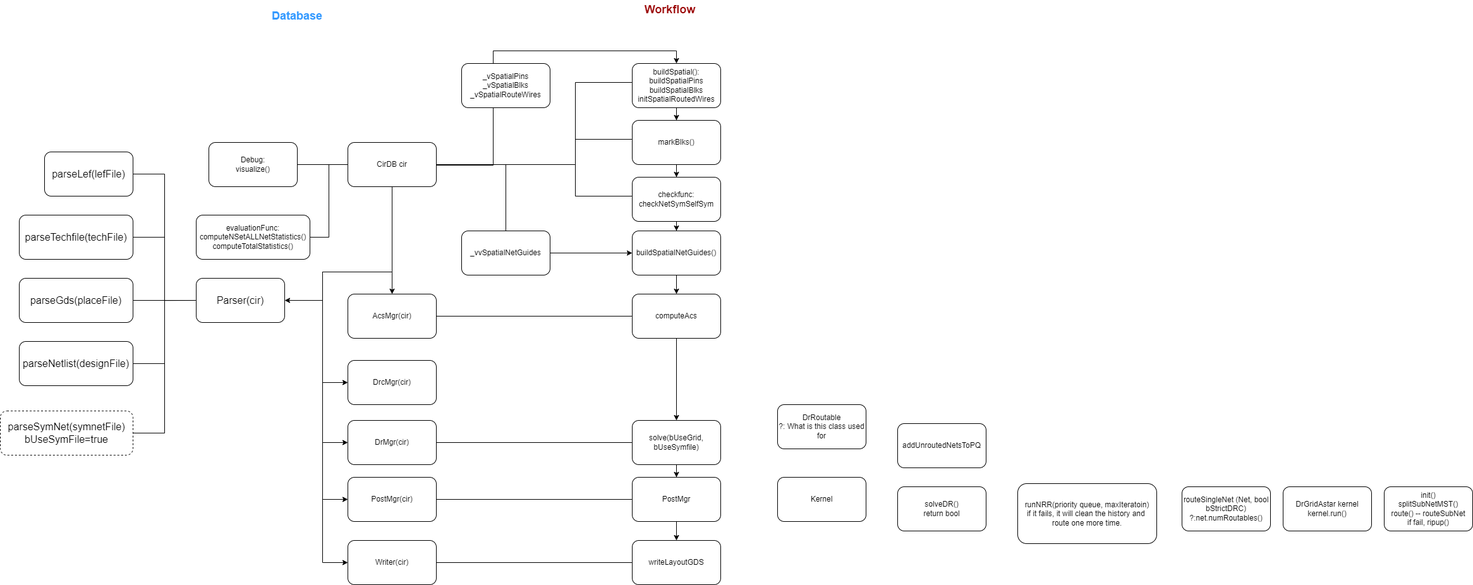
ajiann/drawio keeps this draw.io diagram as anaroute.drawio.png. Above is the earlier version. Source tidied: cells renumbered, new cells last; positions are measured from the earlier drawing's top-left corner, leaving out a move shared by most shapes.
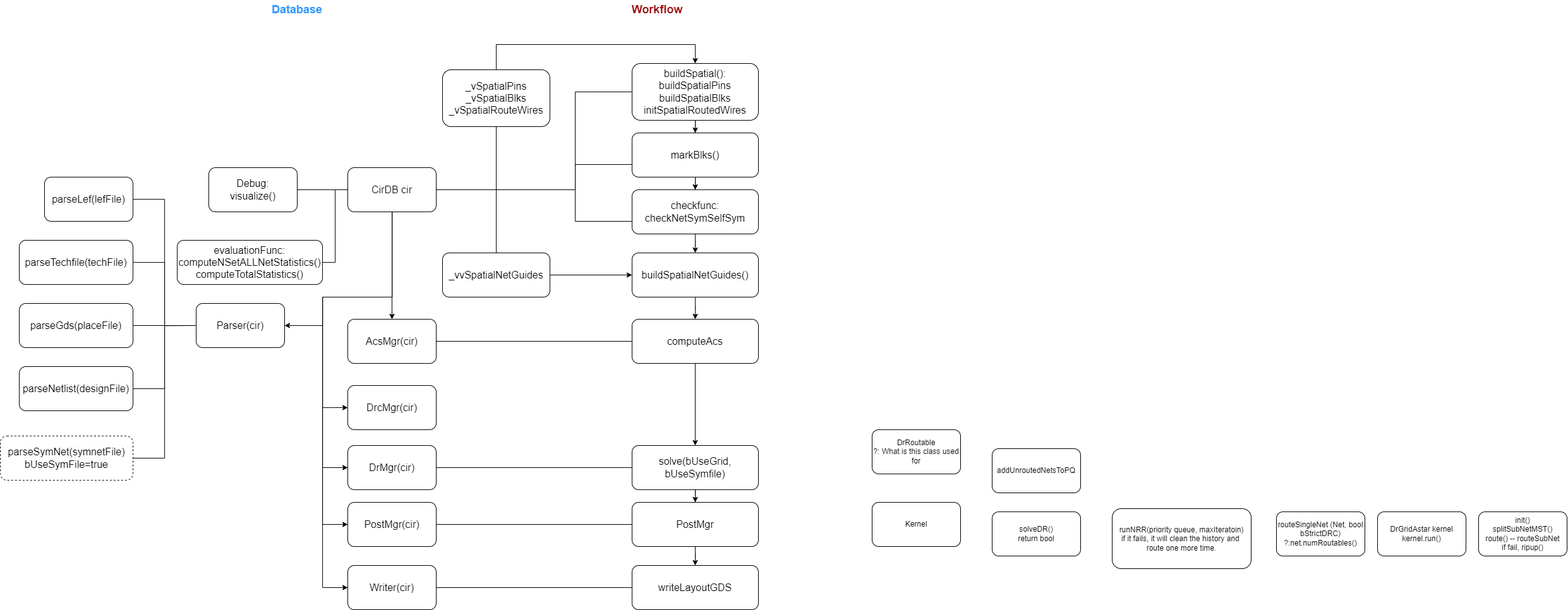
The same file after the commit.

What changed in the source:
```diff
@@ -42,7 +42,7 @@
       <mxGeometry relative="1" as="geometry">
         <Array as="points">
           <mxPoint x="910" y="260" />
-          <mxPoint x="910" y="130" />
+          <mxPoint x="910" y="105" />
         </Array>
       </mxGeometry>
     </mxCell>
@@ -71,16 +71,6 @@
         </Array>
       </mxGeometry>
     </mxCell>
-    <mxCell id="12" style="edgeStyle=orthogonalEdgeStyle;rounded=0;orthogonalLoop=1;jettySize=auto;html=1;entryX=0.5;entryY=1;entryDx=0;entryDy=0;endArrow=none;endFill=0;" parent="1" edge="1">
-      <mxGeometry relative="1" as="geometry">
-        <mxPoint x="660" y="260" as="sourcePoint" />
-        <mxPoint x="790" y="160" as="targetPoint" />
-        <Array as="points">
-          <mxPoint x="780" y="261" />
-          <mxPoint x="780" y="160" />
-        </Array>
-      </mxGeometry>
-    </mxCell>
     <mxCell id="13" style="edgeStyle=orthogonalEdgeStyle;rounded=0;jettySize=auto;html=1;endArrow=none;endFill=0;" parent="1" edge="1" source="15" target="56">
       <mxGeometry relative="1" as="geometry" />
     </mxCell>
@@ -93,26 +83,29 @@
         </Array>
       </mxGeometry>
     </mxCell>
+    <mxCell id="67" style="edgeStyle=orthogonalEdgeStyle;rounded=0;jettySize=auto;html=1;fontFamily=Helvetica;fontSize=12;fontColor=default;endArrow=none;endFill=0;" parent="1" edge="1" source="15" target="54">
+      <mxGeometry relative="1" as="geometry" />
+    </mxCell>
-    <mxCell id="15" value="CirDB cir" style="rounded=1;whiteSpace=wrap;html=1;" parent="1" vertex="1">
+    <mxCell id="15" value="&lt;font style=&quot;font-size: 16px;&quot;&gt;CirDB cir&lt;/font&gt;" style="rounded=1;whiteSpace=wrap;html=1;" parent="1" vertex="1">
       <mxGeometry x="550" y="225" width="140" height="70" as="geometry" />
     </mxCell>
     <mxCell id="16" style="edgeStyle=orthogonalEdgeStyle;rounded=0;jettySize=auto;html=1;entryX=0.5;entryY=0;entryDx=0;entryDy=0;" parent="1" edge="1" source="17" target="19">
       <mxGeometry relative="1" as="geometry" />
     </mxCell>
-    <mxCell id="17" value="buildSpatial():&lt;div&gt;buildSpatialPins&lt;br&gt;&lt;/div&gt;&lt;div&gt;buildSpatialBlks&lt;br&gt;&lt;/div&gt;&lt;div&gt;initSpatialRoutedWires&lt;br&gt;&lt;/div&gt;" style="rounded=1;whiteSpace=wrap;html=1;strokeColor=default;align=center;verticalAlign=middle;fontFamily=Helvetica;fontSize=12;fontColor=default;fillColor=default;" parent="1" vertex="1">
-      <mxGeometry x="1000" y="100" width="140" height="70" as="geometry" />
+    <mxCell id="17" value="buildSpatial():&lt;div style=&quot;font-size: 16px;&quot;&gt;buildSpatialPins&lt;br style=&quot;font-size: 16px;&quot;&gt;&lt;/div&gt;&lt;div style=&quot;font-size: 16px;&quot;&gt;buildSpatialBlks&lt;br style=&quot;font-size: 16px;&quot;&gt;&lt;/div&gt;&lt;div style=&quot;font-size: 16px;&quot;&gt;initSpatialRoutedWires&lt;br style=&quot;font-size: 16px;&quot;&gt;&lt;/div&gt;" style="rounded=1;whiteSpace=wrap;html=1;strokeColor=default;align=center;verticalAlign=middle;fontFamily=Helvetica;fontSize=16;fontColor=default;fillColor=default;" parent="1" vertex="1">
+      <mxGeometry x="1000" y="60" width="200" height="90" as="geometry" />
     </mxCell>
     <mxCell id="18" style="edgeStyle=orthogonalEdgeStyle;rounded=0;jettySize=auto;html=1;entryX=0.5;entryY=0;entryDx=0;entryDy=0;" parent="1" edge="1" source="19" target="21">
       <mxGeometry relative="1" as="geometry" />
     </mxCell>
-    <mxCell id="19" value="markBlks()" style="rounded=1;whiteSpace=wrap;html=1;strokeColor=default;align=center;verticalAlign=middle;fontFamily=Helvetica;fontSize=12;fontColor=default;fillColor=default;" parent="1" vertex="1">
-      <mxGeometry x="1000" y="190" width="140" height="70" as="geometry" />
+    <mxCell id="19" value="markBlks()" style="rounded=1;whiteSpace=wrap;html=1;strokeColor=default;align=center;verticalAlign=middle;fontFamily=Helvetica;fontSize=16;fontColor=default;fillColor=default;" parent="1" vertex="1">
+      <mxGeometry x="1000" y="170" width="200" height="70" as="geometry" />
     </mxCell>
     <mxCell id="20" style="edgeStyle=orthogonalEdgeStyle;rounded=0;jettySize=auto;html=1;entryX=0.5;entryY=0;entryDx=0;entryDy=0;" parent="1" edge="1" source="21" target="24">
       <mxGeometry relative="1" as="geometry" />
     </mxCell>
-    <mxCell id="21" value="&lt;div&gt;checkfunc:&lt;/div&gt;checkNetSymSelfSym" style="rounded=1;whiteSpace=wrap;html=1;" parent="1" vertex="1">
-      <mxGeometry x="1000" y="280" width="140" height="70" as="geometry" />
+    <mxCell id="21" value="&lt;div style=&quot;font-size: 16px;&quot;&gt;checkfunc:&lt;/div&gt;checkNetSymSelfSym" style="rounded=1;whiteSpace=wrap;html=1;fontSize=16;" parent="1" vertex="1">
+      <mxGeometry x="1000" y="260" width="200" height="70" as="geometry" />
     </mxCell>
     <mxCell id="22" value="&lt;font style=&quot;font-size: 16px;&quot;&gt;Parser(cir)&lt;/font&gt;" style="rounded=1;whiteSpace=wrap;html=1;" parent="1" vertex="1">
       <mxGeometry x="310" y="440" width="140" height="70" as="geometry" />
@@ -120,56 +113,56 @@
     <mxCell id="23" style="edgeStyle=orthogonalEdgeStyle;rounded=0;jettySize=auto;html=1;entryX=0.5;entryY=0;entryDx=0;entryDy=0;" parent="1" edge="1" source="24" target="28">
       <mxGeometry relative="1" as="geometry" />
     </mxCell>
-    <mxCell id="24" value="buildSpatialNetGuides()" style="rounded=1;whiteSpace=wrap;html=1;" parent="1" vertex="1">
-      <mxGeometry x="1000" y="365" width="140" height="70" as="geometry" />
+    <mxCell id="24" value="buildSpatialNetGuides()" style="rounded=1;whiteSpace=wrap;html=1;fontSize=16;" parent="1" vertex="1">
+      <mxGeometry x="1000" y="360" width="200" height="70" as="geometry" />
     </mxCell>
     <mxCell id="25" style="edgeStyle=orthogonalEdgeStyle;rounded=0;jettySize=auto;html=1;endArrow=none;endFill=0;" parent="1" edge="1" source="26" target="28">
       <mxGeometry relative="1" as="geometry" />
     </mxCell>
-    <mxCell id="26" value="AcsMgr(cir)" style="rounded=1;whiteSpace=wrap;html=1;" parent="1" vertex="1">
+    <mxCell id="26" value="AcsMgr(cir)" style="rounded=1;whiteSpace=wrap;html=1;fontSize=16;" parent="1" vertex="1">
       <mxGeometry x="550" y="465" width="140" height="70" as="geometry" />
     </mxCell>
     <mxCell id="27" style="edgeStyle=orthogonalEdgeStyle;rounded=0;jettySize=auto;html=1;entryX=0.5;entryY=0;entryDx=0;entryDy=0;" parent="1" edge="1" source="28" target="66">
       <mxGeometry relative="1" as="geometry" />
     </mxCell>
-    <mxCell id="28" value="computeAcs" style="rounded=1;whiteSpace=wrap;html=1;" parent="1" vertex="1">
-      <mxGeometry x="1000" y="465" width="140" height="70" as="geometry" />
+    <mxCell id="28" value="computeAcs" style="rounded=1;whiteSpace=wrap;html=1;fontSize=16;" parent="1" vertex="1">
+      <mxGeometry x="1000" y="465" width="200" height="70" as="geometry" />
     </mxCell>
-    <mxCell id="29" value="&lt;div&gt;Debug:&lt;/div&gt;visualize()" style="rounded=1;whiteSpace=wrap;html=1;" parent="1" vertex="1">
+    <mxCell id="29" value="&lt;div style=&quot;font-size: 16px;&quot;&gt;&lt;font style=&quot;font-size: 16px;&quot;&gt;Debug:&lt;/font&gt;&lt;/div&gt;&lt;font style=&quot;font-size: 16px;&quot;&gt;visualize()&lt;/font&gt;" style="rounded=1;whiteSpace=wrap;html=1;" parent="1" vertex="1">
       <mxGeometry x="330" y="225" width="140" height="70" as="geometry" />
     </mxCell>
-    <mxCell id="30" value="DrcMgr(cir)" style="rounded=1;whiteSpace=wrap;html=1;" parent="1" vertex="1">
+    <mxCell id="30" value="DrcMgr(cir)" style="rounded=1;whiteSpace=wrap;html=1;fontSize=16;" parent="1" vertex="1">
       <mxGeometry x="550" y="570" width="140" height="70" as="geometry" />
     </mxCell>
     <mxCell id="31" style="edgeStyle=orthogonalEdgeStyle;rounded=0;jettySize=auto;html=1;entryX=0;entryY=0.5;entryDx=0;entryDy=0;fontFamily=Helvetica;fontSize=12;fontColor=default;endArrow=none;endFill=0;" parent="1" edge="1" source="32" target="66">
       <mxGeometry relative="1" as="geometry" />
     </mxCell>
-    <mxCell id="32" value="DrMgr(cir)" style="rounded=1;whiteSpace=wrap;html=1;" parent="1" vertex="1">
+    <mxCell id="32" value="DrMgr(cir)" style="rounded=1;whiteSpace=wrap;html=1;fontSize=16;" parent="1" vertex="1">
       <mxGeometry x="550" y="665" width="140" height="70" as="geometry" />
     </mxCell>
     <mxCell id="33" style="edgeStyle=orthogonalEdgeStyle;rounded=0;jettySize=auto;html=1;endArrow=none;endFill=0;" parent="1" edge="1" source="34" target="36">
       <mxGeometry relative="1" as="geometry" />
     </mxCell>
-    <mxCell id="34" value="PostMgr(cir)" style="rounded=1;whiteSpace=wrap;html=1;" parent="1" vertex="1">
+    <mxCell id="34" value="PostMgr(cir)" style="rounded=1;whiteSpace=wrap;html=1;fontSize=16;" parent="1" vertex="1">
       <mxGeometry x="550" y="755" width="140" height="70" as="geometry" />
     </mxCell>
     <mxCell id="35" style="edgeStyle=orthogonalEdgeStyle;rounded=0;jettySize=auto;html=1;entryX=0.5;entryY=0;entryDx=0;entryDy=0;" parent="1" edge="1" source="36" target="39">
       <mxGeometry relative="1" as="geometry" />
     </mxCell>
-    <mxCell id="36" value="PostMgr" style="rounded=1;whiteSpace=wrap;html=1;" parent="1" vertex="1">
-      <mxGeometry x="1000" y="755" width="140" height="70" as="geometry" />
+    <mxCell id="36" value="PostMgr" style="rounded=1;whiteSpace=wrap;html=1;fontSize=16;" parent="1" vertex="1">
+      <mxGeometry x="1000" y="755" width="200" height="70" as="geometry" />
     </mxCell>
     <mxCell id="37" style="edgeStyle=orthogonalEdgeStyle;rounded=0;jettySize=auto;html=1;entryX=0;entryY=0.5;entryDx=0;entryDy=0;endArrow=none;endFill=0;" parent="1" edge="1" source="38" target="39">
       <mxGeometry relative="1" as="geometry" />
     </mxCell>
-    <mxCell id="38" value="Writer(cir)" style="rounded=1;whiteSpace=wrap;html=1;" parent="1" vertex="1">
+    <mxCell id="38" value="Writer(cir)" style="rounded=1;whiteSpace=wrap;html=1;fontSize=16;" parent="1" vertex="1">
       <mxGeometry x="550" y="855" width="140" height="70" as="geometry" />
     </mxCell>
-    <mxCell id="39" value="writeLayoutGDS" style="rounded=1;whiteSpace=wrap;html=1;" parent="1" vertex="1">
-      <mxGeometry x="1000" y="855" width="140" height="70" as="geometry" />
+    <mxCell id="39" value="writeLayoutGDS" style="rounded=1;whiteSpace=wrap;html=1;fontSize=16;" parent="1" vertex="1">
+      <mxGeometry x="1000" y="855" width="200" height="70" as="geometry" />
     </mxCell>
-    <mxCell id="40" value="evaluationFunc:&lt;div&gt;&lt;/div&gt;&lt;div&gt;computeNSetALLNetStatistics()&lt;/div&gt;&lt;div&gt;computeTotalStatistics()&lt;/div&gt;" style="rounded=1;whiteSpace=wrap;html=1;" parent="1" vertex="1">
-      <mxGeometry x="310" y="340" width="180" height="70" as="geometry" />
+    <mxCell id="40" value="&lt;font style=&quot;font-size: 16px;&quot;&gt;evaluationFunc:&lt;/font&gt;&lt;div style=&quot;font-size: 16px;&quot;&gt;&lt;/div&gt;&lt;div style=&quot;font-size: 16px;&quot;&gt;&lt;font style=&quot;font-size: 16px;&quot;&gt;computeNSetALLNetStatistics()&lt;/font&gt;&lt;/div&gt;&lt;div style=&quot;font-size: 16px;&quot;&gt;&lt;font style=&quot;font-size: 16px;&quot;&gt;computeTotalStatistics()&lt;/font&gt;&lt;/div&gt;" style="rounded=1;whiteSpace=wrap;html=1;" parent="1" vertex="1">
+      <mxGeometry x="280" y="340" width="230" height="70" as="geometry" />
     </mxCell>
     <mxCell id="41" style="edgeStyle=orthogonalEdgeStyle;rounded=0;jettySize=auto;html=1;entryX=0;entryY=0.5;entryDx=0;entryDy=0;endArrow=none;endFill=0;" parent="1" edge="1" source="42" target="22">
       <mxGeometry relative="1" as="geometry" />
@@ -202,57 +195,57 @@
       <mxGeometry y="650" width="210" height="70" as="geometry" />
     </mxCell>
     <mxCell id="51" value="&lt;font size=&quot;1&quot; color=&quot;#3399ff&quot; style=&quot;&quot;&gt;&lt;b style=&quot;font-size: 18px;&quot;&gt;Database&lt;/b&gt;&lt;/font&gt;" style="text;html=1;align=center;verticalAlign=middle;whiteSpace=wrap;rounded=0;" parent="1" vertex="1">
-      <mxGeometry x="440" y="10" width="60" height="30" as="geometry" />
+      <mxGeometry x="440" y="-40" width="60" height="30" as="geometry" />
     </mxCell>
     <mxCell id="52" value="&lt;font color=&quot;#990000&quot; style=&quot;font-size: 18px;&quot;&gt;&lt;b&gt;Workflow&lt;/b&gt;&lt;/font&gt;" style="text;html=1;align=center;verticalAlign=middle;whiteSpace=wrap;rounded=0;" parent="1" vertex="1">
-      <mxGeometry x="1030" width="60" height="30" as="geometry" />
+      <mxGeometry x="1010" y="-40" width="60" height="30" as="geometry" />
     </mxCell>
-    <mxCell id="53" style="edgeStyle=orthogonalEdgeStyle;rounded=0;jettySize=auto;html=1;entryX=0.5;entryY=0;entryDx=0;entryDy=0;" parent="1" edge="1" source="54" target="17">
+    <mxCell id="53" style="edgeStyle=orthogonalEdgeStyle;rounded=0;jettySize=auto;html=1;entryX=0.5;entryY=0;entryDx=0;entryDy=0;fontFamily=Helvetica;fontSize=12;fontColor=default;" parent="1" edge="1" source="54" target="17">
       <mxGeometry relative="1" as="geometry">
         <Array as="points">
-          <mxPoint x="780" y="80" />
-          <mxPoint x="1070" y="80" />
+          <mxPoint x="785" y="30" />
+          <mxPoint x="1100" y="30" />
         </Array>
       </mxGeometry>
     </mxCell>
-    <mxCell id="54" value="_vSpatialPins&lt;div&gt;_vSpatialBlks&lt;/div&gt;&lt;div&gt;_vSpatialRouteWires&lt;/div&gt;" style="rounded=1;whiteSpace=wrap;html=1;" parent="1" vertex="1">
-      <mxGeometry x="730" y="100" width="140" height="70" as="geometry" />
+    <mxCell id="54" value="_vSpatialPins&lt;div style=&quot;font-size: 16px;&quot;&gt;_vSpatialBlks&lt;/div&gt;&lt;div style=&quot;font-size: 16px;&quot;&gt;_vSpatialRouteWires&lt;/div&gt;" style="rounded=1;whiteSpace=wrap;html=1;fontSize=16;" parent="1" vertex="1">
+      <mxGeometry x="700" y="70" width="170" height="90" as="geometry" />
     </mxCell>
     <mxCell id="55" style="edgeStyle=orthogonalEdgeStyle;rounded=0;jettySize=auto;html=1;entryX=0;entryY=0.5;entryDx=0;entryDy=0;" parent="1" edge="1" source="56" target="24">
       <mxGeometry relative="1" as="geometry" />
     </mxCell>
-    <mxCell id="56" value="_vvSpatialNetGuides" style="rounded=1;whiteSpace=wrap;html=1;" parent="1" vertex="1">
-      <mxGeometry x="730" y="365" width="140" height="70" as="geometry" />
+    <mxCell id="56" value="_vvSpatialNetGuides" style="rounded=1;whiteSpace=wrap;html=1;fontSize=16;" parent="1" vertex="1">
+      <mxGeometry x="700" y="360" width="170" height="70" as="geometry" />
     </mxCell>
     <mxCell id="57" value="DrRoutable&lt;div&gt;?: What is this class used for&lt;/div&gt;" style="rounded=1;whiteSpace=wrap;html=1;" parent="1" vertex="1">
-      <mxGeometry x="1230" y="640" width="140" height="70" as="geometry" />
+      <mxGeometry x="1380" y="640" width="140" height="70" as="geometry" />
     </mxCell>
     <mxCell id="58" value="Kernel" style="rounded=1;whiteSpace=wrap;html=1;" parent="1" vertex="1">
-      <mxGeometry x="1230" y="755" width="140" height="70" as="geometry" />
+      <mxGeometry x="1380" y="755" width="140" height="70" as="geometry" />
     </mxCell>
     <mxCell id="59" value="addUnroutedNetsToPQ" style="rounded=1;whiteSpace=wrap;html=1;" parent="1" vertex="1">
-      <mxGeometry x="1420" y="670" width="140" height="70" as="geometry" />
+      <mxGeometry x="1570" y="670" width="140" height="70" as="geometry" />
     </mxCell>
     <mxCell id="60" value="solveDR()&lt;div&gt;return bool&lt;/div&gt;" style="rounded=1;whiteSpace=wrap;html=1;" parent="1" vertex="1">
-      <mxGeometry x="1420" y="770" width="140" height="70" as="geometry" />
+      <mxGeometry x="1570" y="770" width="140" height="70" as="geometry" />
     </mxCell>
     <mxCell id="61" value="runNRR(priority queue, maxIteratoin)&lt;div&gt;if it fails, it will clean the history and&amp;nbsp; route one more time.&lt;/div&gt;" style="rounded=1;whiteSpace=wrap;html=1;" parent="1" vertex="1">
-      <mxGeometry x="1610" y="765" width="220" height="95" as="geometry" />
+      <mxGeometry x="1760" y="765" width="220" height="95" as="geometry" />
     </mxCell>
     <mxCell id="62" value="routeSingleNet (Net, bool bStrictDRC)&lt;div&gt;?:net.numRoutables()&lt;/div&gt;" style="rounded=1;whiteSpace=wrap;html=1;" parent="1" vertex="1">
-      <mxGeometry x="1870" y="770" width="140" height="70" as="geometry" />
+      <mxGeometry x="2020" y="770" width="140" height="70" as="geometry" />
     </mxCell>
     <mxCell id="63" value="DrGridAstar kernel&lt;div&gt;kernel.run()&lt;/div&gt;" style="rounded=1;whiteSpace=wrap;html=1;" parent="1" vertex="1">
-      <mxGeometry x="2030" y="770" width="140" height="70" as="geometry" />
+      <mxGeometry x="2180" y="770" width="140" height="70" as="geometry" />
     </mxCell>
     <mxCell id="64" value="init()&lt;div&gt;splitSubNetMST()&lt;/div&gt;&lt;div&gt;route() -- routeSubNet&lt;/div&gt;&lt;div&gt;if fail, ripup()&lt;/div&gt;" style="rounded=1;whiteSpace=wrap;html=1;" parent="1" vertex="1">
-      <mxGeometry x="2190" y="770" width="140" height="70" as="geometry" />
+      <mxGeometry x="2340" y="770" width="140" height="70" as="geometry" />
     </mxCell>
     <mxCell id="65" style="edgeStyle=orthogonalEdgeStyle;rounded=0;jettySize=auto;html=1;entryX=0.5;entryY=0;entryDx=0;entryDy=0;fontFamily=Helvetica;fontSize=12;fontColor=default;" parent="1" edge="1" source="66" target="36">
       <mxGeometry relative="1" as="geometry" />
     </mxCell>
-    <mxCell id="66" value="solve(bUseGrid, bUseSymfile)" style="rounded=1;whiteSpace=wrap;html=1;" parent="1" vertex="1">
-      <mxGeometry x="1000" y="665" width="140" height="70" as="geometry" />
+    <mxCell id="66" value="solve(bUseGrid, bUseSymfile)" style="rounded=1;whiteSpace=wrap;html=1;fontSize=16;" parent="1" vertex="1">
+      <mxGeometry x="1000" y="665" width="200" height="70" as="geometry" />
     </mxCell>
   </root>
 </mxGraphModel>
```
